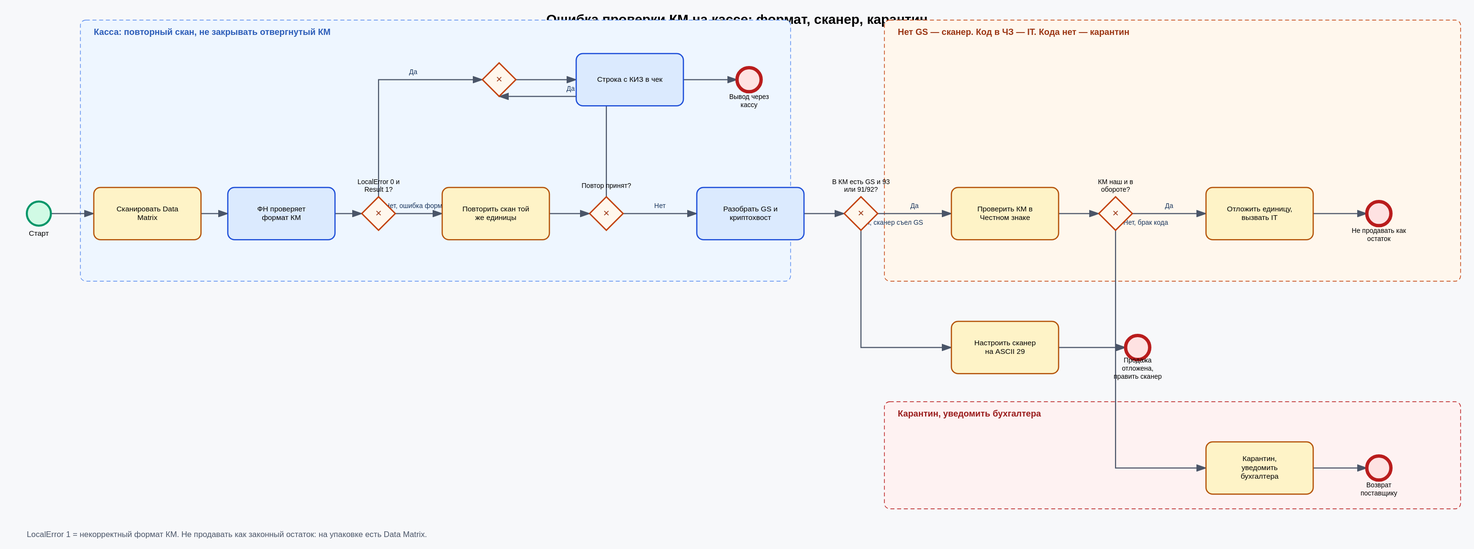
This is docs/stormbpmn/oshibka-proverki-km-kassa.svg from Antoha056/Antoha056, a BPMN export, as it was before one commit. Its source is kept beside it as docs/stormbpmn/oshibka-proverki-km-kassa.bpmn. Ids are renumbered.
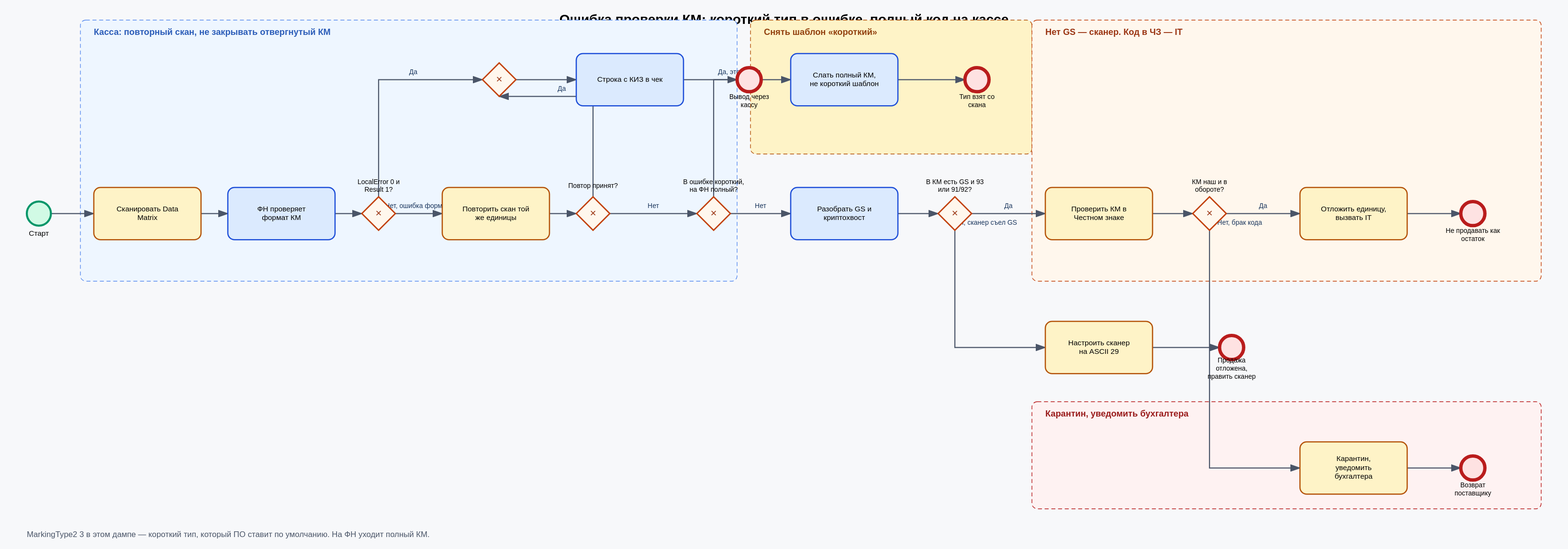
The same file after the commit.

Commit message:
Касса: короткий тип в ошибке, на ФН приходит полный КМ

Diff of the diagram source:
```diff
@@ -9,12 +9,14 @@
                   exporterVersion="1.0">
   <bpmn:category id="Category_1">
     <bpmn:categoryValue id="CategoryValue_Cash" value="Касса: не закрывать отвергнутый КМ"/>
+    <bpmn:categoryValue id="CategoryValue_Type" value="Короткий в ошибке, полный на ФН"/>
     <bpmn:categoryValue id="CategoryValue_Cause" value="Сканер или сам код"/>
     <bpmn:categoryValue id="CategoryValue_Q" value="Карантин"/>
   </bpmn:category>
   <bpmn:process id="Process_KassaKm" name="Ошибка проверки КМ, маркировка будет отвергнута" isExecutable="false">
-    <bpmn:documentation>CheckItemLocalError 1 и CheckItemLocalResult 0 — КМ некорректного формата, ФН его не проверил. «Ошибок нет» — ответ драйвера ККТ, не успех маркировки. Не подменять артикул-остатком и не закрывать чек с отвергнутой маркировкой. Сначала повторный скан, затем GS/криптохвост, затем Честный знак.</bpmn:documentation>
+    <bpmn:documentation>В ошибке ПО по умолчанию приписывает короткий КМ (MarkingType2 3), а на кассу приходит полный. ФН сверяет полный код с коротким шаблоном — LocalError 1. Тип брать со скана: 93 короткий, 91/92 полный. Полный буфер не резать. Не подменять артикул-остатком и не закрывать чек с отвергнутой маркировкой.</bpmn:documentation>
     <bpmn:group id="Group_Cash" categoryValueRef="CategoryValue_Cash"/>
+    <bpmn:group id="Group_Type" categoryValueRef="CategoryValue_Type"/>
     <bpmn:group id="Group_Cause" categoryValueRef="CategoryValue_Cause"/>
     <bpmn:group id="Group_Q" categoryValueRef="CategoryValue_Q"/>
     <bpmn:startEvent id="StartEvent_1" name="Старт" />
@@ -26,6 +28,9 @@
     <bpmn:endEvent id="EndEvent_Ok" name="Вывод через кассу" />
     <bpmn:userTask id="Task_Rescan" name="Повторить скан той же единицы" />
     <bpmn:exclusiveGateway id="Gateway_Rescan" name="Повтор принят?" gatewayDirection="Diverging" />
+    <bpmn:exclusiveGateway id="Gateway_Kind" name="В ошибке короткий, на ФН полный?" gatewayDirection="Diverging" />
+    <bpmn:serviceTask id="Task_TypeFix" name="Слать полный КМ, не короткий шаблон" />
+    <bpmn:endEvent id="EndEvent_Type" name="Тип взят со скана" />
     <bpmn:serviceTask id="Task_Parse" name="Разобрать GS и криптохвост" />
     <bpmn:exclusiveGateway id="Gateway_GS" name="В КМ есть GS и 93 или 91/92?" gatewayDirection="Diverging" />
     <bpmn:userTask id="Task_Scanner" name="Настроить сканер на ASCII 29" />
@@ -45,7 +50,10 @@
     <bpmn:sequenceFlow id="Flow_re_yes" sourceRef="Gateway_Rescan" targetRef="Gateway_JoinOk" name="Да" />
     <bpmn:sequenceFlow id="Flow_join_ok" sourceRef="Gateway_JoinOk" targetRef="Task_Ok" />
     <bpmn:sequenceFlow id="Flow_ok_end" sourceRef="Task_Ok" targetRef="EndEvent_Ok" />
-    <bpmn:sequenceFlow id="Flow_re_no" sourceRef="Gateway_Rescan" targetRef="Task_Parse" name="Нет" />
+    <bpmn:sequenceFlow id="Flow_re_no" sourceRef="Gateway_Rescan" targetRef="Gateway_Kind" name="Нет" />
+    <bpmn:sequenceFlow id="Flow_kind_yes" sourceRef="Gateway_Kind" targetRef="Task_TypeFix" name="Да, этот дамп" />
+    <bpmn:sequenceFlow id="Flow_type_end" sourceRef="Task_TypeFix" targetRef="EndEvent_Type" />
+    <bpmn:sequenceFlow id="Flow_kind_no" sourceRef="Gateway_Kind" targetRef="Task_Parse" name="Нет" />
     <bpmn:sequenceFlow id="Flow_p1" sourceRef="Task_Parse" targetRef="Gateway_GS" />
     <bpmn:sequenceFlow id="Flow_gs_no" sourceRef="Gateway_GS" targetRef="Task_Scanner" name="Нет, сканер съел GS" />
     <bpmn:sequenceFlow id="Flow_it_end" sourceRef="Task_Scanner" targetRef="EndEvent_IT" />
@@ -83,46 +91,58 @@
         <dc:Bounds x="660.0" y="280.0" width="160.0" height="78.0" />
       </bpmndi:BPMNShape>
       <bpmndi:BPMNShape id="Gateway_Rescan_di" bpmnElement="Gateway_Rescan" isMarkerVisible="true">
-        <dc:Bounds x="880.0" y="294.0" width="50.0" height="50.0" />
+        <dc:Bounds x="860.0" y="294.0" width="50.0" height="50.0" />
+      </bpmndi:BPMNShape>
+      <bpmndi:BPMNShape id="Gateway_Kind_di" bpmnElement="Gateway_Kind" isMarkerVisible="true">
+        <dc:Bounds x="1040.0" y="294.0" width="50.0" height="50.0" />
+      </bpmndi:BPMNShape>
+      <bpmndi:BPMNShape id="Task_TypeFix_di" bpmnElement="Task_TypeFix">
+        <dc:Bounds x="1180.0" y="80.0" width="160.0" height="78.0" />
+      </bpmndi:BPMNShape>
+      <bpmndi:BPMNShape id="EndEvent_Type_di" bpmnElement="EndEvent_Type">
+        <dc:Bounds x="1440.0" y="101.0" width="36.0" height="36.0" />
       </bpmndi:BPMNShape>
       <bpmndi:BPMNShape id="Task_Parse_di" bpmnElement="Task_Parse">
-        <dc:Bounds x="1040.0" y="280.0" width="160.0" height="78.0" />
+        <dc:Bounds x="1180.0" y="280.0" width="160.0" height="78.0" />
       </bpmndi:BPMNShape>
       <bpmndi:BPMNShape id="Gateway_GS_di" bpmnElement="Gateway_GS" isMarkerVisible="true">
-        <dc:Bounds x="1260.0" y="294.0" width="50.0" height="50.0" />
+        <dc:Bounds x="1400.0" y="294.0" width="50.0" height="50.0" />
       </bpmndi:BPMNShape>
       <bpmndi:BPMNShape id="Task_Scanner_di" bpmnElement="Task_Scanner">
-        <dc:Bounds x="1420.0" y="480.0" width="160.0" height="78.0" />
+        <dc:Bounds x="1560.0" y="480.0" width="160.0" height="78.0" />
       </bpmndi:BPMNShape>
       <bpmndi:BPMNShape id="EndEvent_IT_di" bpmnElement="EndEvent_IT">
-        <dc:Bounds x="1680.0" y="501.0" width="36.0" height="36.0" />
+        <dc:Bounds x="1820.0" y="501.0" width="36.0" height="36.0" />
       </bpmndi:BPMNShape>
       <bpmndi:BPMNShape id="Task_CHZ_di" bpmnElement="Task_CHZ">
-        <dc:Bounds x="1420.0" y="280.0" width="160.0" height="78.0" />
+        <dc:Bounds x="1560.0" y="280.0" width="160.0" height="78.0" />
       </bpmndi:BPMNShape>
       <bpmndi:BPMNShape id="Gateway_CHZ_di" bpmnElement="Gateway_CHZ" isMarkerVisible="true">
-        <dc:Bounds x="1640.0" y="294.0" width="50.0" height="50.0" />
+        <dc:Bounds x="1780.0" y="294.0" width="50.0" height="50.0" />
       </bpmndi:BPMNShape>
       <bpmndi:BPMNShape id="Task_Hold_di" bpmnElement="Task_Hold">
-        <dc:Bounds x="1800.0" y="280.0" width="160.0" height="78.0" />
+        <dc:Bounds x="1940.0" y="280.0" width="160.0" height="78.0" />
       </bpmndi:BPMNShape>
       <bpmndi:BPMNShape id="EndEvent_Hold_di" bpmnElement="EndEvent_Hold">
-        <dc:Bounds x="2040.0" y="301.0" width="36.0" height="36.0" />
+        <dc:Bounds x="2180.0" y="301.0" width="36.0" height="36.0" />
       </bpmndi:BPMNShape>
       <bpmndi:BPMNShape id="Task_Quarantine_di" bpmnElement="Task_Quarantine">
-        <dc:Bounds x="1800.0" y="660.0" width="160.0" height="78.0" />
+        <dc:Bounds x="1940.0" y="660.0" width="160.0" height="78.0" />
       </bpmndi:BPMNShape>
       <bpmndi:BPMNShape id="EndEvent_Q_di" bpmnElement="EndEvent_Q">
-        <dc:Bounds x="2040.0" y="681.0" width="36.0" height="36.0" />
+        <dc:Bounds x="2180.0" y="681.0" width="36.0" height="36.0" />
       </bpmndi:BPMNShape>
       <bpmndi:BPMNShape id="Group_Cash_di" bpmnElement="Group_Cash">
-        <dc:Bounds x="120.0" y="30.0" width="1060.0" height="390.0" />
+        <dc:Bounds x="120.0" y="30.0" width="980.0" height="390.0" />
+      </bpmndi:BPMNShape>
+      <bpmndi:BPMNShape id="Group_Type_di" bpmnElement="Group_Type">
+        <dc:Bounds x="1120.0" y="30.0" width="420.0" height="200.0" />
       </bpmndi:BPMNShape>
       <bpmndi:BPMNShape id="Group_Cause_di" bpmnElement="Group_Cause">
-        <dc:Bounds x="1320.0" y="30.0" width="860.0" height="390.0" />
+        <dc:Bounds x="1540.0" y="30.0" width="760.0" height="390.0" />
       </bpmndi:BPMNShape>
       <bpmndi:BPMNShape id="Group_Q_di" bpmnElement="Group_Q">
-        <dc:Bounds x="1320.0" y="600.0" width="860.0" height="160.0" />
+        <dc:Bounds x="1540.0" y="600.0" width="760.0" height="160.0" />
       </bpmndi:BPMNShape>
       <bpmndi:BPMNEdge id="Flow_s1_di" bpmnElement="Flow_s1">
           <di:waypoint x="76.0" y="319.0" />
@@ -153,14 +173,14 @@
       </bpmndi:BPMNEdge>
       <bpmndi:BPMNEdge id="Flow_r1_di" bpmnElement="Flow_r1">
           <di:waypoint x="820.0" y="319.0" />
-          <di:waypoint x="880.0" y="319.0" />
+          <di:waypoint x="860.0" y="319.0" />
       </bpmndi:BPMNEdge>
       <bpmndi:BPMNEdge id="Flow_re_yes_di" bpmnElement="Flow_re_yes">
-          <di:waypoint x="905.0" y="294.0" />
-          <di:waypoint x="905.0" y="144.0" />
+          <di:waypoint x="885.0" y="294.0" />
+          <di:waypoint x="885.0" y="144.0" />
           <di:waypoint x="745.0" y="144.0" />
         <bpmndi:BPMNLabel>
-          <dc:Bounds x="816.7" y="126.0" width="70.0" height="16" />
+          <dc:Bounds x="803.3" y="126.0" width="70.0" height="16" />
         </bpmndi:BPMNLabel>
       </bpmndi:BPMNEdge>
       <bpmndi:BPMNEdge id="Flow_join_ok_di" bpmnElement="Flow_join_ok">
@@ -172,61 +192,80 @@
           <di:waypoint x="1100.0" y="119.0" />
       </bpmndi:BPMNEdge>
       <bpmndi:BPMNEdge id="Flow_re_no_di" bpmnElement="Flow_re_no">
-          <di:waypoint x="930.0" y="319.0" />
+          <di:waypoint x="910.0" y="319.0" />
           <di:waypoint x="1040.0" y="319.0" />
         <bpmndi:BPMNLabel>
-          <dc:Bounds x="950.0" y="301.0" width="70.0" height="16" />
+          <dc:Bounds x="940.0" y="301.0" width="70.0" height="16" />
+        </bpmndi:BPMNLabel>
+      </bpmndi:BPMNEdge>
+      <bpmndi:BPMNEdge id="Flow_kind_yes_di" bpmnElement="Flow_kind_yes">
+          <di:waypoint x="1065.0" y="294.0" />
+          <di:waypoint x="1065.0" y="119.0" />
+          <di:waypoint x="1180.0" y="119.0" />
+        <bpmndi:BPMNLabel>
+          <dc:Bounds x="1043.3" y="101.0" width="120.0" height="16" />
+        </bpmndi:BPMNLabel>
+      </bpmndi:BPMNEdge>
+      <bpmndi:BPMNEdge id="Flow_type_end_di" bpmnElement="Flow_type_end">
+          <di:waypoint x="1340.0" y="119.0" />
+          <di:waypoint x="1440.0" y="119.0" />
+      </bpmndi:BPMNEdge>
+      <bpmndi:BPMNEdge id="Flow_kind_no_di" bpmnElement="Flow_kind_no">
+          <di:waypoint x="1090.0" y="319.0" />
+          <di:waypoint x="1180.0" y="319.0" />
+        <bpmndi:BPMNLabel>
+          <dc:Bounds x="1100.0" y="301.0" width="70.0" height="16" />
         </bpmndi:BPMNLabel>
       </bpmndi:BPMNEdge>
       <bpmndi:BPMNEdge id="Flow_p1_di" bpmnElement="Flow_p1">
-          <di:waypoint x="1200.0" y="319.0" />
-          <di:waypoint x="1260.0" y="319.0" />
+          <di:waypoint x="1340.0" y="319.0" />
+          <di:waypoint x="1400.0" y="319.0" />
       </bpmndi:BPMNEdge>
       <bpmndi:BPMNEdge id="Flow_gs_no_di" bpmnElement="Flow_gs_no">
-          <di:waypoint x="1285.0" y="344.0" />
-          <di:waypoint x="1285.0" y="519.0" />
-          <di:waypoint x="1420.0" y="519.0" />
+          <di:waypoint x="1425.0" y="344.0" />
+          <di:waypoint x="1425.0" y="519.0" />
+          <di:waypoint x="1560.0" y="519.0" />
         <bpmndi:BPMNLabel>
-          <dc:Bounds x="1246.0" y="326.0" width="168.0" height="16" />
+          <dc:Bounds x="1386.0" y="326.0" width="168.0" height="16" />
         </bpmndi:BPMNLabel>
       </bpmndi:BPMNEdge>
       <bpmndi:BPMNEdge id="Flow_it_end_di" bpmnElement="Flow_it_end">
-          <di:waypoint x="1580.0" y="519.0" />
-          <di:waypoint x="1680.0" y="519.0" />
+          <di:waypoint x="1720.0" y="519.0" />
+          <di:waypoint x="1820.0" y="519.0" />
       </bpmndi:BPMNEdge>
       <bpmndi:BPMNEdge id="Flow_gs_yes_di" bpmnElement="Flow_gs_yes">
-          <di:waypoint x="1310.0" y="319.0" />
-          <di:waypoint x="1420.0" y="319.0" />
+          <di:waypoint x="1450.0" y="319.0" />
+          <di:waypoint x="1560.0" y="319.0" />
         <bpmndi:BPMNLabel>
-          <dc:Bounds x="1330.0" y="301.0" width="70.0" height="16" />
+          <dc:Bounds x="1470.0" y="301.0" width="70.0" height="16" />
         </bpmndi:BPMNLabel>
       </bpmndi:BPMNEdge>
       <bpmndi:BPMNEdge id="Flow_c1_di" bpmnElement="Flow_c1">
-          <di:waypoint x="1580.0" y="319.0" />
-          <di:waypoint x="1640.0" y="319.0" />
+          <di:waypoint x="1720.0" y="319.0" />
+          <di:waypoint x="1780.0" y="319.0" />
       </bpmndi:BPMNEdge>
       <bpmndi:BPMNEdge id="Flow_chz_yes_di" bpmnElement="Flow_chz_yes">
-          <di:waypoint x="1690.0" y="319.0" />
-          <di:waypoint x="1800.0" y="319.0" />
+          <di:waypoint x="1830.0" y="319.0" />
+          <di:waypoint x="1940.0" y="319.0" />
         <bpmndi:BPMNLabel>
-          <dc:Bounds x="1710.0" y="301.0" width="70.0" height="16" />
+          <dc:Bounds x="1850.0" y="301.0" width="70.0" height="16" />
         </bpmndi:BPMNLabel>
       </bpmndi:BPMNEdge>
       <bpmndi:BPMNEdge id="Flow_hold_end_di" bpmnElement="Flow_hold_end">
-          <di:waypoint x="1960.0" y="319.0" />
-          <di:waypoint x="2040.0" y="319.0" />
+          <di:waypoint x="2100.0" y="319.0" />
+          <di:waypoint x="2180.0" y="319.0" />
       </bpmndi:BPMNEdge>
       <bpmndi:BPMNEdge id="Flow_chz_no_di" bpmnElement="Flow_chz_no">
-          <di:waypoint x="1665.0" y="344.0" />
-          <di:waypoint x="1665.0" y="699.0" />
-          <di:waypoint x="1800.0" y="699.0" />
+          <di:waypoint x="1805.0" y="344.0" />
+          <di:waypoint x="1805.0" y="699.0" />
+          <di:waypoint x="1940.0" y="699.0" />
         <bpmndi:BPMNLabel>
-          <dc:Bounds x="1646.0" y="326.0" width="128.0" height="16" />
+          <dc:Bounds x="1786.0" y="326.0" width="128.0" height="16" />
         </bpmndi:BPMNLabel>
       </bpmndi:BPMNEdge>
       <bpmndi:BPMNEdge id="Flow_q_end_di" bpmnElement="Flow_q_end">
-          <di:waypoint x="1960.0" y="699.0" />
-          <di:waypoint x="2040.0" y="699.0" />
+          <di:waypoint x="2100.0" y="699.0" />
+          <di:waypoint x="2180.0" y="699.0" />
       </bpmndi:BPMNEdge>
     </bpmndi:BPMNPlane>
   </bpmndi:BPMNDiagram>
```
